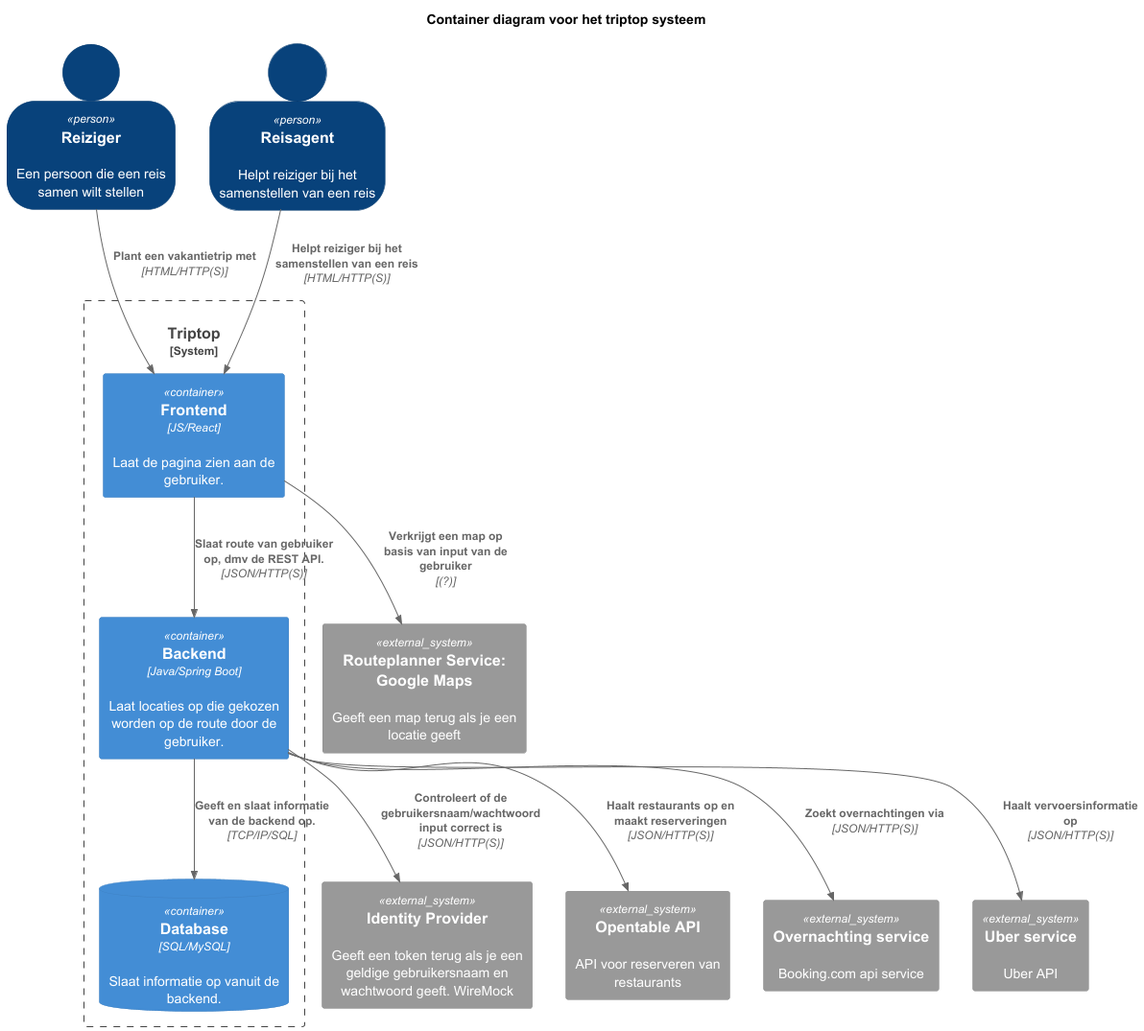
Earlier version of the PlantUML export opdracht-diagrammen/C4_Container_Diagram.png (AIM-ENE-feb25/triptop-groep-b5).
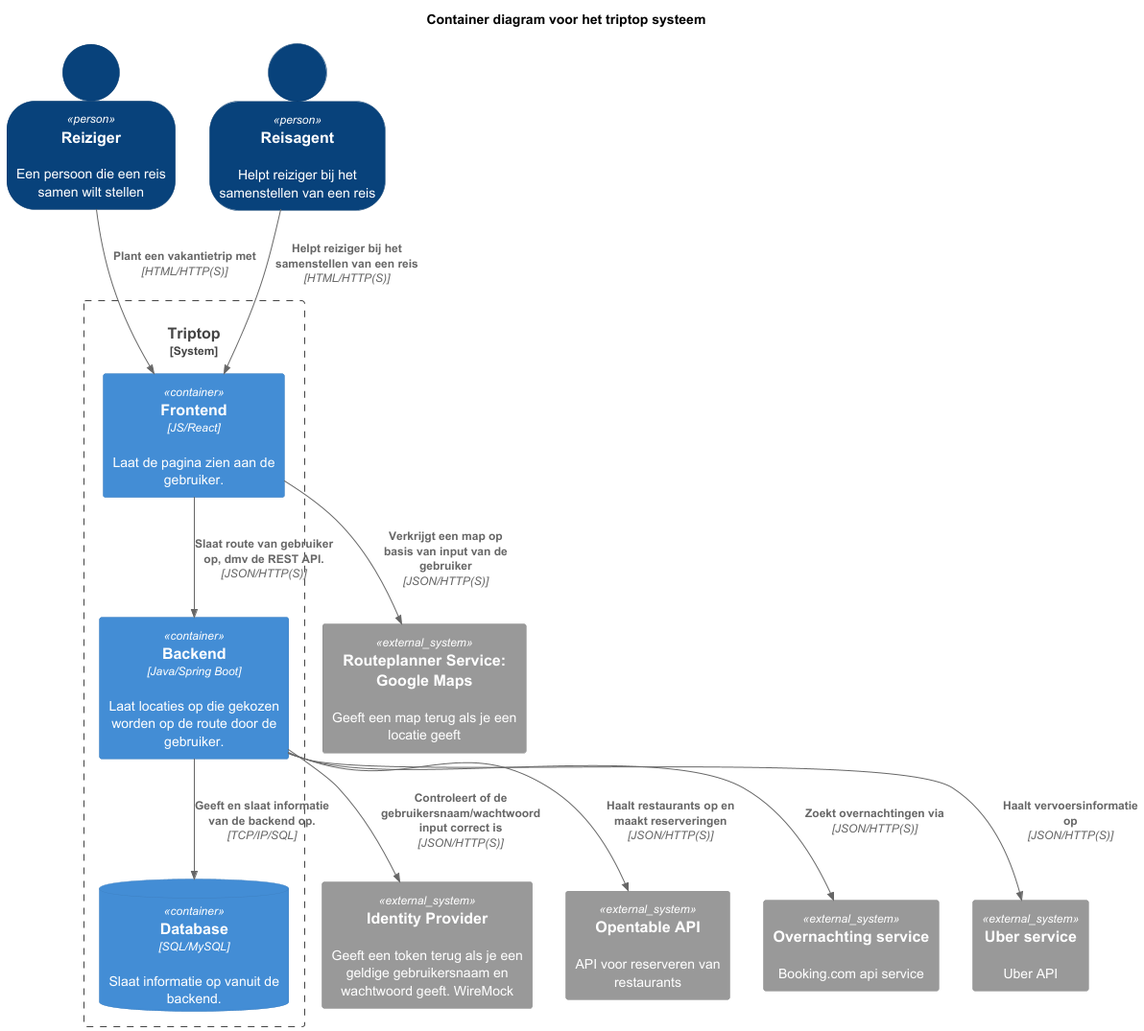
After the commit.

Change to the diagram source:
```diff
@@ -31,7 +31,7 @@
     Rel(backend, opentable, "Haalt restaurants op en maakt reserveringen", $techn="JSON/HTTP(S)", $tags="", $link="")
     Rel(backend, overnachting, "Zoekt overnachtingen via", $techn="JSON/HTTP(S)", $tags="", $link="")
     Rel(backend, uber, "Haalt vervoersinformatie op", $techn="JSON/HTTP(S)", $tags="", $link="")
-    Rel(frontend, routeplanner, "Verkrijgt een map op basis van input van de gebruiker", $techn="(?)", $tags="", $link="")
+    Rel(frontend, routeplanner, "Verkrijgt een map op basis van input van de gebruiker", $techn="JSON/HTTP(S)", $tags="", $link="")
  }
 
 @enduml
```
